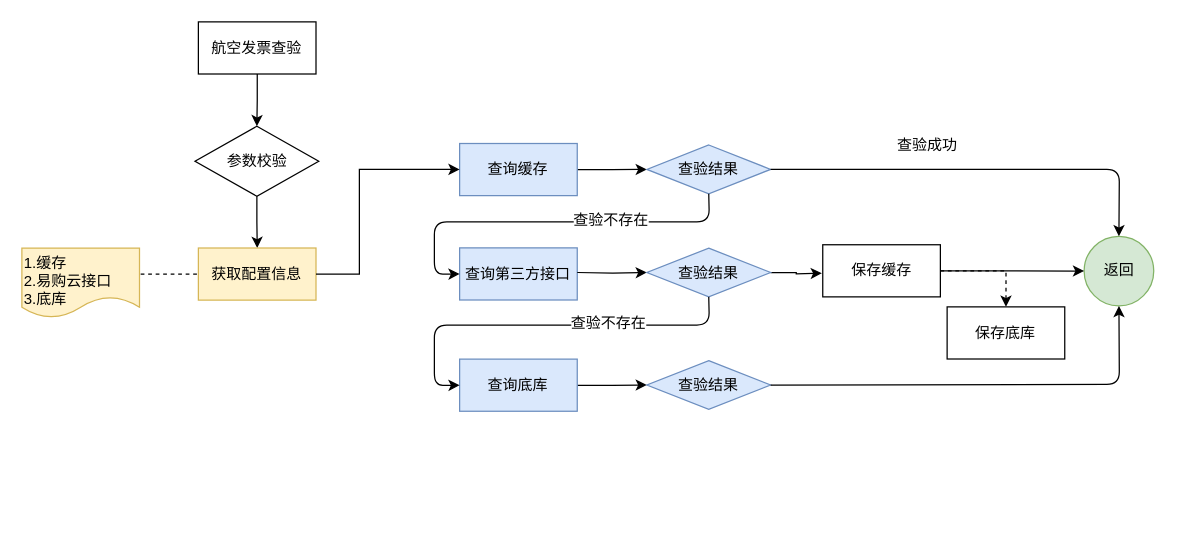
This is page "航空发票查验流程" (3 of 3) of 转正答辩.drawio from sensezhang/draw, a draw.io file, before an edit. Source tidied: cells renumbered, new cells numbered last; positions are measured from the earlier drawing's top-left corner, leaving out a move shared by most shapes. Both pictures are drawn from the tidied source at 125%, with x=0, y=0 at pixel (21, 21).
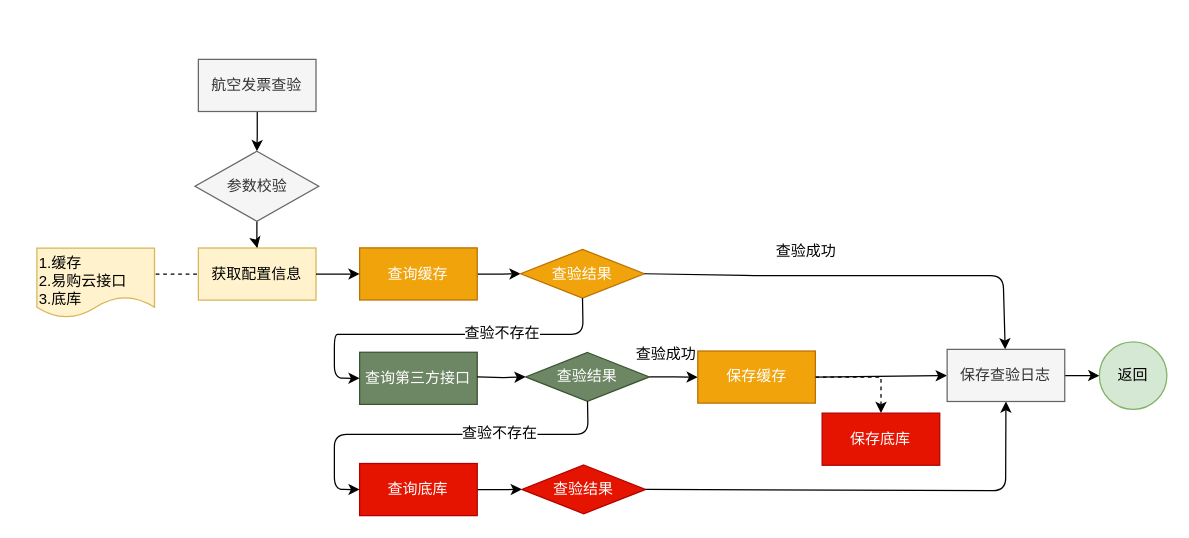
The same page after the edit.

Commit message:
更新转正答辩.drawio

Unchanged cells that the change refers to:
```xml
<mxCell id="6" value="获取配置信息" style="rounded=0;whiteSpace=wrap;html=1;fillColor=#fff2cc;strokeColor=#d6b656;" parent="1" vertex="1">
  <mxGeometry x="141.2" y="180.9" width="94.1" height="41.7" as="geometry" />
</mxCell>
```

Diff of the diagram source:
```diff
@@
-    <mxCell id="3" value="航空发票查验" style="rounded=0;whiteSpace=wrap;html=1;" parent="1" vertex="1">
-      <mxGeometry x="141.2" width="94.1" height="41.7" as="geometry" />
+    <mxCell id="3" value="航空发票查验" style="rounded=0;whiteSpace=wrap;html=1;fillColor=#f5f5f5;strokeColor=#666666;fontColor=#333333;" parent="1" vertex="1">
+      <mxGeometry x="141.2" y="30" width="94.1" height="41.7" as="geometry" />
     </mxCell>
@@
-    <mxCell id="5" value="参数校验" style="rhombus;whiteSpace=wrap;html=1;" parent="1" vertex="1">
-      <mxGeometry x="138.5" y="83.5" width="99" height="56" as="geometry" />
+    <mxCell id="5" value="参数校验" style="rhombus;whiteSpace=wrap;html=1;fillColor=#f5f5f5;strokeColor=#666666;fontColor=#333333;" parent="1" vertex="1">
+      <mxGeometry x="138.5" y="103.5" width="99" height="56" as="geometry" />
     </mxCell>
@@
-    <mxCell id="8" value="查询缓存" style="rounded=0;whiteSpace=wrap;html=1;fillColor=#dae8fc;strokeColor=#6c8ebf;" parent="1" vertex="1">
-      <mxGeometry x="350.2" y="97.3" width="94.1" height="41.7" as="geometry" />
+    <mxCell id="8" value="查询缓存" style="rounded=0;whiteSpace=wrap;html=1;fillColor=#f0a30a;strokeColor=#BD7000;fontColor=#ffffff;" parent="1" vertex="1">
+      <mxGeometry x="270.2" y="180.8" width="94.1" height="41.7" as="geometry" />
     </mxCell>
     <mxCell id="9" style="edgeStyle=orthogonalEdgeStyle;rounded=0;jettySize=auto;html=1;" parent="1" edge="1" source="6" target="8">
-      <mxGeometry relative="1" as="geometry">
-        <Array as="points">
-          <mxPoint x="270" y="202" />
-          <mxPoint x="270" y="118" />
-        </Array>
-      </mxGeometry>
+      <mxGeometry relative="1" as="geometry" />
     </mxCell>
     <mxCell id="10" value="返回" style="ellipse;whiteSpace=wrap;html=1;fillColor=#d5e8d4;strokeColor=#82b366;" parent="1" vertex="1">
-      <mxGeometry x="849.8" y="171.5" width="55.7" height="55.7" as="geometry" />
+      <mxGeometry x="862" y="256" width="54" height="54" as="geometry" />
     </mxCell>
     <mxCell id="11" value="&lt;br&gt;1.缓存&lt;br&gt;2.易购云接口&lt;br&gt;3.底库" style="shape=document;whiteSpace=wrap;html=1;boundedLbl=1;align=left;fillColor=#fff2cc;strokeColor=#d6b656;" parent="1" vertex="1">
-      <mxGeometry y="180.9" width="94.1" height="55.7" as="geometry" />
+      <mxGeometry x="12" y="180.9" width="94.1" height="55.7" as="geometry" />
     </mxCell>
@@
-    <mxCell id="13" value="查询第三方接口" style="rounded=0;whiteSpace=wrap;html=1;fillColor=#dae8fc;strokeColor=#6c8ebf;" parent="1" vertex="1">
-      <mxGeometry x="350.2" y="180.8" width="94.1" height="41.7" as="geometry" />
+    <mxCell id="13" value="查询第三方接口" style="rounded=0;whiteSpace=wrap;html=1;fillColor=#6d8764;strokeColor=#3A5431;fontColor=#ffffff;" parent="1" vertex="1">
+      <mxGeometry x="270.2" y="264.3" width="94.1" height="41.7" as="geometry" />
     </mxCell>
@@
-    <mxCell id="15" value="查询底库" style="rounded=0;whiteSpace=wrap;html=1;fillColor=#dae8fc;strokeColor=#6c8ebf;" parent="1" vertex="1">
-      <mxGeometry x="350.2" y="269.8" width="94.1" height="41.7" as="geometry" />
+    <mxCell id="15" value="查询底库" style="rounded=0;whiteSpace=wrap;html=1;fillColor=#e51400;strokeColor=#B20000;fontColor=#ffffff;" parent="1" vertex="1">
+      <mxGeometry x="270.2" y="353.3" width="94.1" height="41.7" as="geometry" />
     </mxCell>
-    <mxCell id="16" value="查验结果" style="rhombus;whiteSpace=wrap;html=1;fillColor=#dae8fc;strokeColor=#6c8ebf;" parent="1" vertex="1">
-      <mxGeometry x="500" y="98.5" width="99" height="39" as="geometry" />
+    <mxCell id="16" value="查验结果" style="rhombus;whiteSpace=wrap;html=1;fillColor=#f0a30a;strokeColor=#BD7000;fontColor=#ffffff;" parent="1" vertex="1">
+      <mxGeometry x="399" y="182" width="99" height="39" as="geometry" />
     </mxCell>
     <mxCell id="17" style="endArrow=classic;html=1;exitX=0.5;exitY=1;exitDx=0;exitDy=0;entryX=0;entryY=0.5;entryDx=0;entryDy=0;" parent="1" edge="1" source="16" target="13">
       <mxGeometry relative="1" as="geometry">
         <Array as="points">
-          <mxPoint x="550" y="160" />
-          <mxPoint x="330" y="160" />
-          <mxPoint x="330" y="202" />
+          <mxPoint x="449" y="250" />
+          <mxPoint x="260" y="250" />
+          <mxPoint x="250" y="250" />
+          <mxPoint x="250" y="285" />
         </Array>
       </mxGeometry>
     </mxCell>
@@
     <mxCell id="19" style="edgeStyle=orthogonalEdgeStyle;rounded=0;jettySize=auto;html=1;" parent="1" edge="1" target="21">
       <mxGeometry relative="1" as="geometry">
-        <mxPoint x="444.3" y="200.5" as="sourcePoint" />
+        <mxPoint x="364.3" y="284" as="sourcePoint" />
       </mxGeometry>
     </mxCell>
-    <mxCell id="20" style="edgeStyle=orthogonalEdgeStyle;rounded=0;jettySize=auto;html=1;" parent="1" edge="1" source="21">
-      <mxGeometry relative="1" as="geometry">
-        <mxPoint x="640" y="201" as="targetPoint" />
-      </mxGeometry>
-    </mxCell>
+    <mxCell id="32" style="edgeStyle=orthogonalEdgeStyle;rounded=0;jettySize=auto;html=1;" parent="1" edge="1" source="21" target="28">
+      <mxGeometry relative="1" as="geometry" />
+    </mxCell>
-    <mxCell id="21" value="查验结果" style="rhombus;whiteSpace=wrap;html=1;fillColor=#dae8fc;strokeColor=#6c8ebf;" parent="1" vertex="1">
-      <mxGeometry x="500" y="181" width="99" height="39" as="geometry" />
+    <mxCell id="21" value="查验结果" style="rhombus;whiteSpace=wrap;html=1;fillColor=#6d8764;strokeColor=#3A5431;fontColor=#ffffff;" parent="1" vertex="1">
+      <mxGeometry x="403" y="264.5" width="99" height="39" as="geometry" />
     </mxCell>
     <mxCell id="22" style="endArrow=classic;html=1;exitX=0.5;exitY=1;exitDx=0;exitDy=0;entryX=0;entryY=0.5;entryDx=0;entryDy=0;" parent="1" edge="1" source="21" target="15">
       <mxGeometry relative="1" as="geometry">
         <Array as="points">
-          <mxPoint x="550" y="242.5" />
-          <mxPoint x="330" y="242.5" />
-          <mxPoint x="330" y="291" />
+          <mxPoint x="453" y="330" />
+          <mxPoint x="250" y="330" />
+          <mxPoint x="250" y="374" />
         </Array>
       </mxGeometry>
     </mxCell>
@@
-    <mxCell id="24" value="查验结果" style="rhombus;whiteSpace=wrap;html=1;fillColor=#dae8fc;strokeColor=#6c8ebf;" parent="1" vertex="1">
-      <mxGeometry x="500" y="271" width="99" height="39" as="geometry" />
+    <mxCell id="24" value="查验结果" style="rhombus;whiteSpace=wrap;html=1;fillColor=#e51400;strokeColor=#B20000;fontColor=#ffffff;" parent="1" vertex="1">
+      <mxGeometry x="400" y="354.5" width="99" height="39" as="geometry" />
     </mxCell>
-    <mxCell id="25" style="endArrow=classic;html=1;exitX=1;exitY=0.5;exitDx=0;exitDy=0;entryX=0.5;entryY=0;entryDx=0;entryDy=0;" parent="1" edge="1" source="16" target="10">
+    <mxCell id="25" style="endArrow=classic;html=1;exitX=1;exitY=0.5;exitDx=0;exitDy=0;" parent="1" edge="1" source="16" target="35">
       <mxGeometry relative="1" as="geometry">
         <Array as="points">
-          <mxPoint x="688" y="118" />
-          <mxPoint x="878" y="118" />
+          <mxPoint x="588" y="203" />
+          <mxPoint x="785" y="203" />
         </Array>
       </mxGeometry>
     </mxCell>
@@
-    <mxCell id="28" value="保存缓存" style="rounded=0;whiteSpace=wrap;html=1;" parent="1" vertex="1">
-      <mxGeometry x="640.7" y="178.3" width="94.1" height="41.7" as="geometry" />
+    <mxCell id="28" value="保存缓存" style="rounded=0;whiteSpace=wrap;html=1;fillColor=#f0a30a;strokeColor=#BD7000;fontColor=#ffffff;" parent="1" vertex="1">
+      <mxGeometry x="540.7" y="263.3" width="94.1" height="41.7" as="geometry" />
     </mxCell>
-    <mxCell id="29" value="保存底库" style="rounded=0;whiteSpace=wrap;html=1;" parent="1" vertex="1">
-      <mxGeometry x="740.2" y="228" width="94.1" height="41.7" as="geometry" />
+    <mxCell id="29" value="保存底库" style="rounded=0;whiteSpace=wrap;html=1;fillColor=#e51400;strokeColor=#B20000;fontColor=#ffffff;" parent="1" vertex="1">
+      <mxGeometry x="640.2" y="313" width="94.1" height="41.7" as="geometry" />
     </mxCell>
-    <mxCell id="30" style="endArrow=classic;html=1;exitX=1;exitY=0.5;exitDx=0;exitDy=0;" parent="1" edge="1" source="28" target="10">
-      <mxGeometry relative="1" as="geometry" />
+    <mxCell id="30" style="endArrow=classic;html=1;exitX=1;exitY=0.5;exitDx=0;exitDy=0;" parent="1" edge="1" source="28">
+      <mxGeometry relative="1" as="geometry">
+        <mxPoint x="740" y="283" as="targetPoint" />
+      </mxGeometry>
     </mxCell>
-    <mxCell id="31" style="endArrow=classic;html=1;exitX=1;exitY=0.5;exitDx=0;exitDy=0;entryX=0.5;entryY=1;entryDx=0;entryDy=0;" parent="1" edge="1" source="24" target="10">
+    <mxCell id="31" style="endArrow=classic;html=1;exitX=1;exitY=0.5;exitDx=0;exitDy=0;entryX=0.5;entryY=1;entryDx=0;entryDy=0;" parent="1" edge="1" source="24" target="35">
       <mxGeometry relative="1" as="geometry">
         <Array as="points">
-          <mxPoint x="878" y="290" />
+          <mxPoint x="787" y="375" />
         </Array>
       </mxGeometry>
     </mxCell>
+    <mxCell id="33" value="查验成功" style="text;html=1;align=center;verticalAlign=middle;labelBackgroundColor=#ffffff;direction=north;rotation=0;" parent="1" vertex="1">
+      <mxGeometry x="520" y="285" as="geometry">
+        <mxPoint x="-6" y="-19.5" as="offset" />
+      </mxGeometry>
+    </mxCell>
+    <mxCell id="34" style="edgeStyle=orthogonalEdgeStyle;rounded=0;jettySize=auto;html=1;" parent="1" edge="1" source="35" target="10">
+      <mxGeometry relative="1" as="geometry" />
+    </mxCell>
+    <mxCell id="35" value="保存查验日志" style="rounded=0;whiteSpace=wrap;html=1;fillColor=#f5f5f5;strokeColor=#666666;fontColor=#333333;" parent="1" vertex="1">
+      <mxGeometry x="740.2" y="262" width="94.1" height="41.7" as="geometry" />
+    </mxCell>
```
